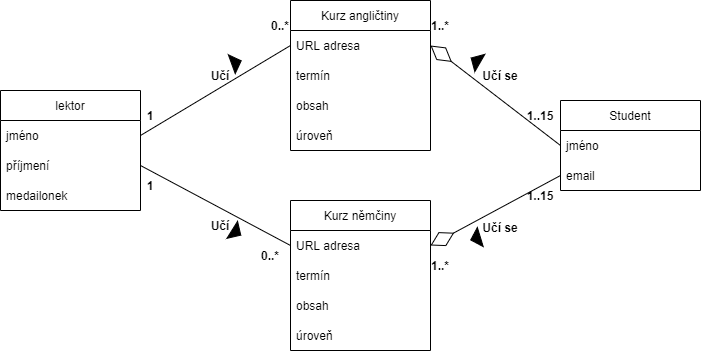
TynaMadlova/diagrams.net keeps this draw.io diagram as jazykove kurzy.png. Above is the earlier version. Source tidied: cells renumbered, new cells last; positions are measured from the earlier drawing's top-left corner, leaving out a move shared by most shapes.
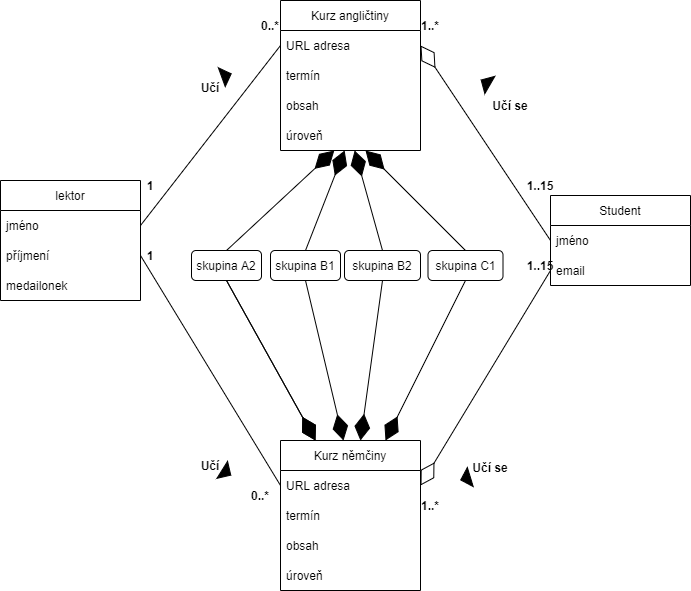
Later version of the same file.

Change to the diagram source:
```diff
@@ -3,7 +3,7 @@
     <mxCell id="0" />
     <mxCell id="1" parent="0" />
     <mxCell id="2" value="Student" style="swimlane;fontStyle=0;horizontal=1;startSize=30;" parent="1" vertex="1">
-      <mxGeometry x="560" y="100" width="140" height="90" as="geometry" />
+      <mxGeometry x="550" y="125" width="140" height="90" as="geometry" />
     </mxCell>
     <mxCell id="3" value="jméno" style="text;strokeColor=none;fillColor=none;align=left;verticalAlign=middle;spacingLeft=4;spacingRight=4;overflow=hidden;points=[[0,0.5],[1,0.5]];portConstraint=eastwest;" parent="2" vertex="1">
       <mxGeometry y="30" width="140" height="30" as="geometry" />
@@ -12,7 +12,7 @@
       <mxGeometry y="60" width="140" height="30" as="geometry" />
     </mxCell>
     <mxCell id="5" value="Kurz angličtiny" style="swimlane;fontStyle=0;horizontal=1;startSize=30;" parent="1" vertex="1">
-      <mxGeometry x="290" width="140" height="150" as="geometry" />
+      <mxGeometry x="280" y="-70" width="140" height="150" as="geometry" />
     </mxCell>
     <mxCell id="6" value="URL adresa" style="text;strokeColor=none;fillColor=none;align=left;verticalAlign=middle;spacingLeft=4;spacingRight=4;overflow=hidden;points=[[0,0.5],[1,0.5]];portConstraint=eastwest;" parent="5" vertex="1">
       <mxGeometry y="30" width="140" height="30" as="geometry" />
@@ -27,7 +27,7 @@
       <mxGeometry y="120" width="140" height="30" as="geometry" />
     </mxCell>
     <mxCell id="10" value="lektor" style="swimlane;fontStyle=0;horizontal=1;startSize=30;" parent="1" vertex="1">
-      <mxGeometry y="90" width="140" height="120" as="geometry" />
+      <mxGeometry y="110" width="140" height="120" as="geometry" />
     </mxCell>
     <mxCell id="11" value="jméno" style="text;strokeColor=none;fillColor=none;align=left;verticalAlign=middle;spacingLeft=4;spacingRight=4;overflow=hidden;points=[[0,0.5],[1,0.5]];portConstraint=eastwest;" parent="10" vertex="1">
       <mxGeometry y="30" width="140" height="30" as="geometry" />
@@ -42,7 +42,7 @@
       <mxGeometry relative="1" as="geometry" />
     </mxCell>
     <mxCell id="15" value="Kurz němčiny" style="swimlane;fontStyle=0;horizontal=1;startSize=30;" parent="1" vertex="1">
-      <mxGeometry x="290" y="200" width="140" height="150" as="geometry" />
+      <mxGeometry x="280" y="370" width="140" height="150" as="geometry" />
     </mxCell>
     <mxCell id="16" value="URL adresa" style="text;strokeColor=none;fillColor=none;align=left;verticalAlign=middle;spacingLeft=4;spacingRight=4;overflow=hidden;points=[[0,0.5],[1,0.5]];portConstraint=eastwest;" parent="15" vertex="1">
       <mxGeometry y="30" width="140" height="30" as="geometry" />
@@ -60,10 +60,10 @@
       <mxGeometry relative="1" as="geometry" />
     </mxCell>
     <mxCell id="21" value="&lt;b&gt;Učí&lt;/b&gt;" style="text;html=1;strokeColor=none;fillColor=none;align=center;verticalAlign=middle;whiteSpace=wrap;rounded=0;" parent="1" vertex="1">
-      <mxGeometry x="190" y="60" width="60" height="30" as="geometry" />
+      <mxGeometry x="180" y="2" width="60" height="30" as="geometry" />
     </mxCell>
     <mxCell id="22" value="&lt;b&gt;Učí&lt;/b&gt;" style="text;html=1;strokeColor=none;fillColor=none;align=center;verticalAlign=middle;whiteSpace=wrap;rounded=0;" parent="1" vertex="1">
-      <mxGeometry x="190" y="210" width="60" height="30" as="geometry" />
+      <mxGeometry x="180" y="380" width="60" height="30" as="geometry" />
     </mxCell>
     <mxCell id="23" value="&lt;b&gt;1&lt;/b&gt;" style="text;html=1;strokeColor=none;fillColor=none;align=center;verticalAlign=middle;whiteSpace=wrap;rounded=0;" parent="1" vertex="1">
       <mxGeometry x="120" y="100" width="60" height="30" as="geometry" />
@@ -72,10 +72,10 @@
       <mxGeometry x="120" y="170" width="60" height="30" as="geometry" />
     </mxCell>
     <mxCell id="25" value="&lt;b&gt;0..*&lt;/b&gt;" style="text;html=1;strokeColor=none;fillColor=none;align=center;verticalAlign=middle;whiteSpace=wrap;rounded=0;" parent="1" vertex="1">
-      <mxGeometry x="240" y="240" width="60" height="30" as="geometry" />
+      <mxGeometry x="230" y="410" width="60" height="30" as="geometry" />
     </mxCell>
     <mxCell id="26" value="&lt;b&gt;0..*&lt;/b&gt;" style="text;html=1;strokeColor=none;fillColor=none;align=center;verticalAlign=middle;whiteSpace=wrap;rounded=0;" parent="1" vertex="1">
-      <mxGeometry x="250" y="10" width="60" height="30" as="geometry" />
+      <mxGeometry x="240" y="-60" width="60" height="30" as="geometry" />
     </mxCell>
     <mxCell id="27" style="endArrow=diamondThin;endFill=0;endSize=24;html=1;rounded=0;exitX=0;exitY=0.5;exitDx=0;exitDy=0;entryX=1;entryY=0.5;entryDx=0;entryDy=0;" parent="1" edge="1" source="3" target="6">
       <mxGeometry relative="1" as="geometry" />
@@ -84,16 +84,16 @@
       <mxGeometry relative="1" as="geometry" />
     </mxCell>
     <mxCell id="29" value="&lt;b&gt;Učí se&lt;/b&gt;" style="text;html=1;strokeColor=none;fillColor=none;align=center;verticalAlign=middle;whiteSpace=wrap;rounded=0;" parent="1" vertex="1">
-      <mxGeometry x="470" y="60" width="60" height="30" as="geometry" />
+      <mxGeometry x="480" y="20" width="60" height="30" as="geometry" />
     </mxCell>
     <mxCell id="30" value="&lt;b&gt;Učí se&lt;/b&gt;" style="text;html=1;strokeColor=none;fillColor=none;align=center;verticalAlign=middle;whiteSpace=wrap;rounded=0;" parent="1" vertex="1">
-      <mxGeometry x="470" y="212" width="60" height="30" as="geometry" />
+      <mxGeometry x="460" y="382" width="60" height="30" as="geometry" />
     </mxCell>
     <mxCell id="31" value="&lt;b&gt;1..*&lt;/b&gt;" style="text;html=1;strokeColor=none;fillColor=none;align=center;verticalAlign=middle;whiteSpace=wrap;rounded=0;" parent="1" vertex="1">
-      <mxGeometry x="410" y="10" width="60" height="30" as="geometry" />
+      <mxGeometry x="400" y="-60" width="60" height="30" as="geometry" />
     </mxCell>
     <mxCell id="32" value="&lt;b&gt;1..*&lt;/b&gt;" style="text;html=1;strokeColor=none;fillColor=none;align=center;verticalAlign=middle;whiteSpace=wrap;rounded=0;" parent="1" vertex="1">
-      <mxGeometry x="410" y="250" width="60" height="30" as="geometry" />
+      <mxGeometry x="400" y="420" width="60" height="30" as="geometry" />
     </mxCell>
     <mxCell id="33" value="&lt;b&gt;1..15&lt;/b&gt;" style="text;html=1;strokeColor=none;fillColor=none;align=center;verticalAlign=middle;whiteSpace=wrap;rounded=0;" parent="1" vertex="1">
       <mxGeometry x="510" y="100" width="60" height="30" as="geometry" />
@@ -102,16 +102,58 @@
       <mxGeometry x="510" y="180" width="60" height="30" as="geometry" />
     </mxCell>
     <mxCell id="35" style="triangle;whiteSpace=wrap;html=1;fillColor=#000000;rotation=-20;" parent="1" vertex="1">
-      <mxGeometry x="231" y="52" width="10" height="20" as="geometry" />
+      <mxGeometry x="221" y="-5" width="10" height="20" as="geometry" />
     </mxCell>
     <mxCell id="36" style="triangle;whiteSpace=wrap;html=1;fillColor=#000000;rotation=32;" parent="1" vertex="1">
-      <mxGeometry x="231" y="222" width="10" height="20" as="geometry" />
+      <mxGeometry x="221" y="392" width="10" height="20" as="geometry" />
     </mxCell>
     <mxCell id="37" style="triangle;whiteSpace=wrap;html=1;fillColor=#000000;rotation=-150;" parent="1" vertex="1">
-      <mxGeometry x="470" y="50" width="10" height="20" as="geometry" />
+      <mxGeometry x="480" y="2" width="10" height="20" as="geometry" />
     </mxCell>
     <mxCell id="38" style="triangle;whiteSpace=wrap;html=1;fillColor=#000000;rotation=-197;" parent="1" vertex="1">
-      <mxGeometry x="470" y="228" width="10" height="20" as="geometry" />
+      <mxGeometry x="460" y="398" width="10" height="20" as="geometry" />
     </mxCell>
+    <mxCell id="39" value="skupina A2" style="rounded=1;whiteSpace=wrap;html=1;fillColor=#FFFFFF;" parent="1" vertex="1">
+      <mxGeometry x="191" y="180" width="70" height="30" as="geometry" />
+    </mxCell>
+    <mxCell id="40" value="skupina B1" style="rounded=1;whiteSpace=wrap;html=1;fillColor=#FFFFFF;" parent="1" vertex="1">
+      <mxGeometry x="270" y="180" width="70" height="30" as="geometry" />
+    </mxCell>
+    <mxCell id="41" value="skupina B2" style="rounded=1;whiteSpace=wrap;html=1;fillColor=#FFFFFF;" parent="1" vertex="1">
+      <mxGeometry x="344" y="180" width="76" height="30" as="geometry" />
+    </mxCell>
+    <mxCell id="42" value="skupina C1" style="rounded=1;whiteSpace=wrap;html=1;fillColor=#FFFFFF;" parent="1" vertex="1">
+      <mxGeometry x="427.5" y="180" width="75" height="30" as="geometry" />
+    </mxCell>
+    <mxCell id="43" style="endArrow=diamondThin;endFill=0;endSize=24;html=1;rounded=0;entryX=0.25;entryY=0;entryDx=0;entryDy=0;exitX=0.5;exitY=1;exitDx=0;exitDy=0;" parent="1" edge="1" source="39" target="15">
+      <mxGeometry relative="1" as="geometry" />
+    </mxCell>
+    <mxCell id="44" style="endArrow=diamondThin;endFill=1;endSize=24;html=1;rounded=0;entryX=0.25;entryY=0;entryDx=0;entryDy=0;exitX=0.5;exitY=1;exitDx=0;exitDy=0;" parent="1" edge="1">
+      <mxGeometry relative="1" as="geometry">
+        <mxPoint x="226" y="210" as="sourcePoint" />
+        <mxPoint x="315" y="370" as="targetPoint" />
+      </mxGeometry>
+    </mxCell>
+    <mxCell id="45" style="endArrow=diamondThin;endFill=1;endSize=24;html=1;rounded=0;entryX=0.45;entryY=0;entryDx=0;entryDy=0;exitX=0.5;exitY=1;exitDx=0;exitDy=0;entryPerimeter=0;" parent="1" edge="1" source="40" target="15">
+      <mxGeometry relative="1" as="geometry" />
+    </mxCell>
+    <mxCell id="46" style="endArrow=diamondThin;endFill=1;endSize=24;html=1;rounded=0;entryX=0.571;entryY=0;entryDx=0;entryDy=0;exitX=0.5;exitY=1;exitDx=0;exitDy=0;entryPerimeter=0;" parent="1" edge="1" source="41" target="15">
+      <mxGeometry relative="1" as="geometry" />
+    </mxCell>
+    <mxCell id="47" style="endArrow=diamondThin;endFill=1;endSize=24;html=1;rounded=0;entryX=0.75;entryY=0;entryDx=0;entryDy=0;exitX=0.5;exitY=1;exitDx=0;exitDy=0;" parent="1" edge="1" source="42" target="15">
+      <mxGeometry relative="1" as="geometry" />
+    </mxCell>
+    <mxCell id="48" style="endArrow=diamondThin;endFill=1;endSize=24;html=1;rounded=0;exitX=0.5;exitY=0;exitDx=0;exitDy=0;startArrow=none;startFill=0;" parent="1" edge="1" source="39" target="9">
+      <mxGeometry relative="1" as="geometry" />
+    </mxCell>
+    <mxCell id="49" style="endArrow=diamondThin;endFill=1;endSize=24;html=1;rounded=0;exitX=0.5;exitY=0;exitDx=0;exitDy=0;" parent="1" edge="1" source="40" target="9">
+      <mxGeometry relative="1" as="geometry" />
+    </mxCell>
+    <mxCell id="50" style="endArrow=diamondThin;endFill=1;endSize=24;html=1;rounded=0;exitX=0.5;exitY=0;exitDx=0;exitDy=0;" parent="1" edge="1" source="41" target="9">
+      <mxGeometry relative="1" as="geometry" />
+    </mxCell>
+    <mxCell id="51" style="endArrow=diamondThin;endFill=1;endSize=24;html=1;rounded=0;exitX=0.5;exitY=0;exitDx=0;exitDy=0;" parent="1" edge="1" source="42" target="9">
+      <mxGeometry relative="1" as="geometry" />
+    </mxCell>
   </root>
 </mxGraphModel>
```
